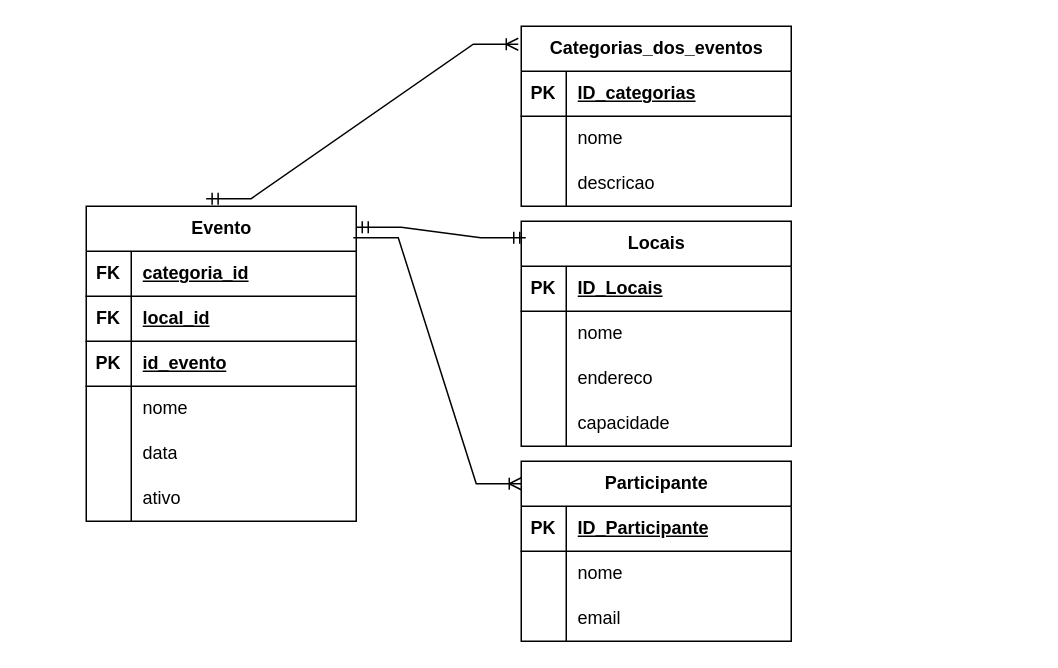
This is aula07062023.drawio from Luis-Vilar/DRAWio, a draw.io file, before an edit. Source tidied: cells renumbered, new cells numbered last; positions are measured from the earlier drawing's top-left corner, leaving out a move shared by most shapes. Both pictures are drawn from the tidied source at 150%, with x=0, y=0 at pixel (86, 26).
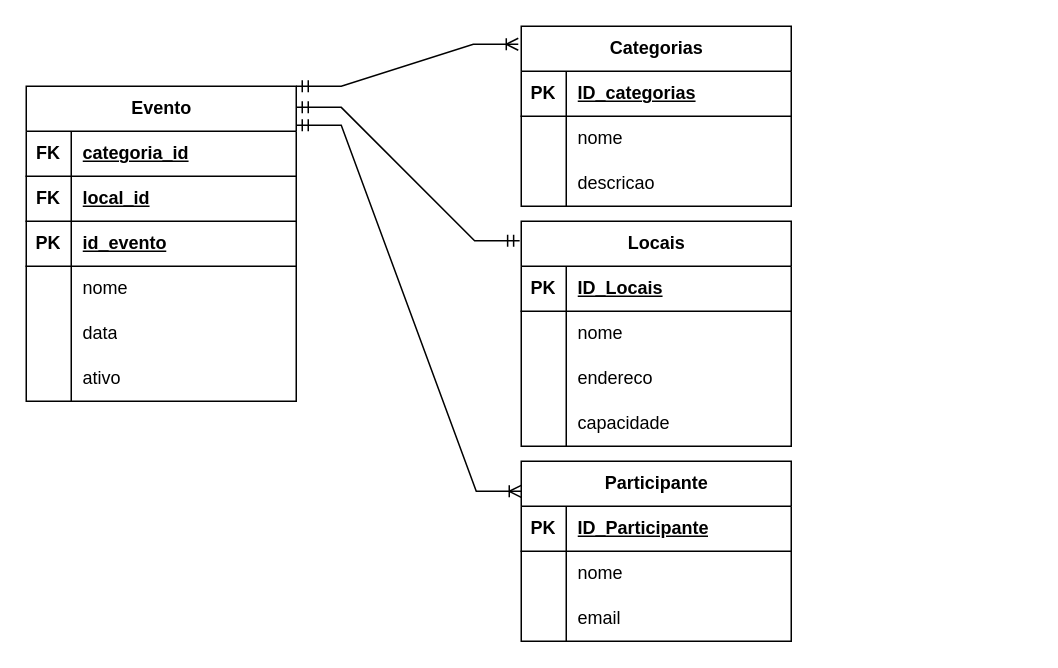
The same diagram, later.

Unchanged cells that the change refers to:
```xml
<mxCell id="21" value="Locais" style="shape=table;startSize=30;childLayout=tableLayout;rowLines=0;fontStyle=1;align=center;html=1;strokeColor=default;fontFamily=Helvetica;fontSize=12;fontColor=default;fillColor=default;" parent="1" vertex="1">
  <mxGeometry x="290" y="130" width="180" height="150" as="geometry" />
</mxCell>
<mxCell id="45" value="Participante" style="shape=table;startSize=30;childLayout=tableLayout;rowLines=0;fontStyle=1;align=center;html=1;strokeColor=default;fontFamily=Helvetica;fontSize=12;fontColor=default;fillColor=default;" parent="1" vertex="1">
  <mxGeometry x="290" y="290" width="180" height="120" as="geometry" />
</mxCell>
```

The edit, as a diff of the source:
```diff
@@
     <mxCell id="2" value="Evento" style="shape=table;startSize=30;childLayout=tableLayout;rowLines=0;fontStyle=1;align=center;html=1;strokeColor=default;fontFamily=Helvetica;fontSize=12;fontColor=default;fillColor=default;" parent="1" vertex="1">
-      <mxGeometry y="120" width="180" height="210" as="geometry" />
+      <mxGeometry x="-40" y="40" width="180" height="210" as="geometry" />
     </mxCell>
@@
-    <mxCell id="34" value="Categorias_dos_eventos" style="shape=table;startSize=30;childLayout=tableLayout;rowLines=0;fontStyle=1;align=center;html=1;strokeColor=default;fontFamily=Helvetica;fontSize=12;fontColor=default;fillColor=default;" parent="1" vertex="1">
+    <mxCell id="34" value="Categorias" style="shape=table;startSize=30;childLayout=tableLayout;rowLines=0;fontStyle=1;align=center;html=1;strokeColor=default;fontFamily=Helvetica;fontSize=12;fontColor=default;fillColor=default;" parent="1" vertex="1">
       <mxGeometry x="290" width="180" height="120" as="geometry" />
     </mxCell>
@@
     <mxCell id="44" style="shape=partialRectangle;fillColor=none;top=0;left=0;bottom=0;right=0;align=left;spacingLeft=6;overflow=hidden;whiteSpace=wrap;html=1;strokeColor=default;fontFamily=Helvetica;fontSize=12;fontColor=default;startSize=30;" parent="1" vertex="1">
-      <mxGeometry x="480" y="340" width="150" height="30" as="geometry" />
+      <mxGeometry x="480" y="330" width="150" height="30" as="geometry" />
     </mxCell>
@@
-    <mxCell id="55" style="edgeStyle=entityRelationEdgeStyle;fontSize=12;html=1;endArrow=ERoneToMany;startArrow=ERmandOne;rounded=0;entryX=-0.011;entryY=0.1;entryDx=0;entryDy=0;entryPerimeter=0;exitX=0.444;exitY=-0.024;exitDx=0;exitDy=0;exitPerimeter=0;" parent="1" edge="1" source="2" target="34">
+    <mxCell id="55" style="edgeStyle=entityRelationEdgeStyle;fontSize=12;html=1;endArrow=ERoneToMany;startArrow=ERmandOne;rounded=0;entryX=-0.011;entryY=0.1;entryDx=0;entryDy=0;entryPerimeter=0;exitX=1;exitY=0;exitDx=0;exitDy=0;" parent="1" edge="1" source="2" target="34">
       <mxGeometry relative="1" as="geometry" />
     </mxCell>
-    <mxCell id="56" style="edgeStyle=entityRelationEdgeStyle;fontSize=12;html=1;endArrow=ERmandOne;startArrow=ERmandOne;rounded=0;exitX=1;exitY=0.067;exitDx=0;exitDy=0;exitPerimeter=0;" parent="1" edge="1" source="2">
-      <mxGeometry relative="1" as="geometry">
-        <mxPoint x="293" y="141" as="targetPoint" />
-      </mxGeometry>
+    <mxCell id="56" style="edgeStyle=entityRelationEdgeStyle;fontSize=12;html=1;endArrow=ERmandOne;startArrow=ERmandOne;rounded=0;exitX=1;exitY=0.067;exitDx=0;exitDy=0;exitPerimeter=0;entryX=-0.006;entryY=0.087;entryDx=0;entryDy=0;entryPerimeter=0;" parent="1" edge="1" source="2" target="21">
+      <mxGeometry relative="1" as="geometry" />
     </mxCell>
-    <mxCell id="57" style="edgeStyle=entityRelationEdgeStyle;fontSize=12;html=1;endArrow=ERoneToMany;rounded=0;exitX=0.989;exitY=0.1;exitDx=0;exitDy=0;exitPerimeter=0;" parent="1" edge="1" source="2">
-      <mxGeometry relative="1" as="geometry">
-        <mxPoint x="290" y="305" as="targetPoint" />
-      </mxGeometry>
-    </mxCell>
+    <mxCell id="58" style="edgeStyle=entityRelationEdgeStyle;fontSize=12;html=1;endArrow=ERoneToMany;startArrow=ERmandOne;rounded=0;entryX=0;entryY=0.167;entryDx=0;entryDy=0;entryPerimeter=0;exitX=1.011;exitY=0.124;exitDx=0;exitDy=0;exitPerimeter=0;" parent="1" edge="1" target="45">
+      <mxGeometry relative="1" as="geometry">
+        <mxPoint x="140" y="66" as="sourcePoint" />
+      </mxGeometry>
+    </mxCell>
```
